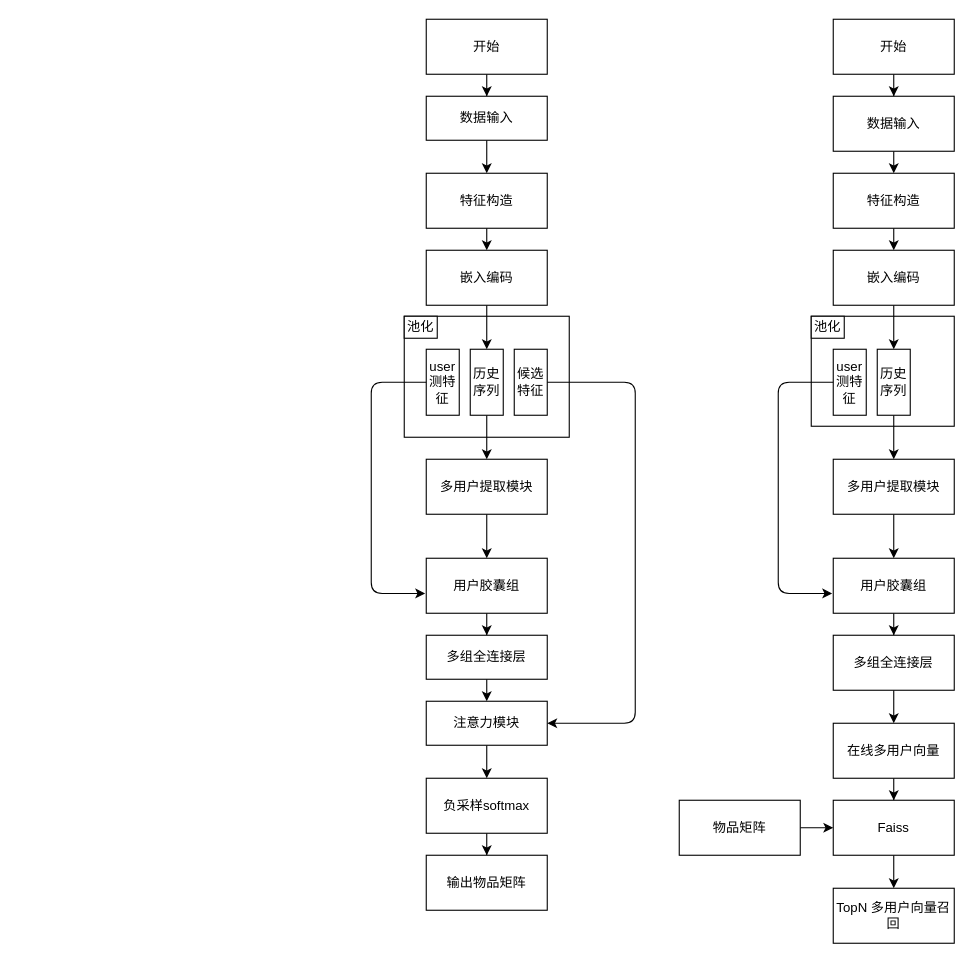
zkailinzhang/12306-I-have-got-the-train-ticket. keeps this draw.io diagram as Untitled Diagram.drawio. Above is the earlier version. Source tidied: cells renumbered, new cells numbered last; positions are measured from the earlier drawing's top-left corner, leaving out a move shared by most shapes. Both pictures are drawn from the tidied source at 110%, with x=0, y=0 at pixel (327, 19).
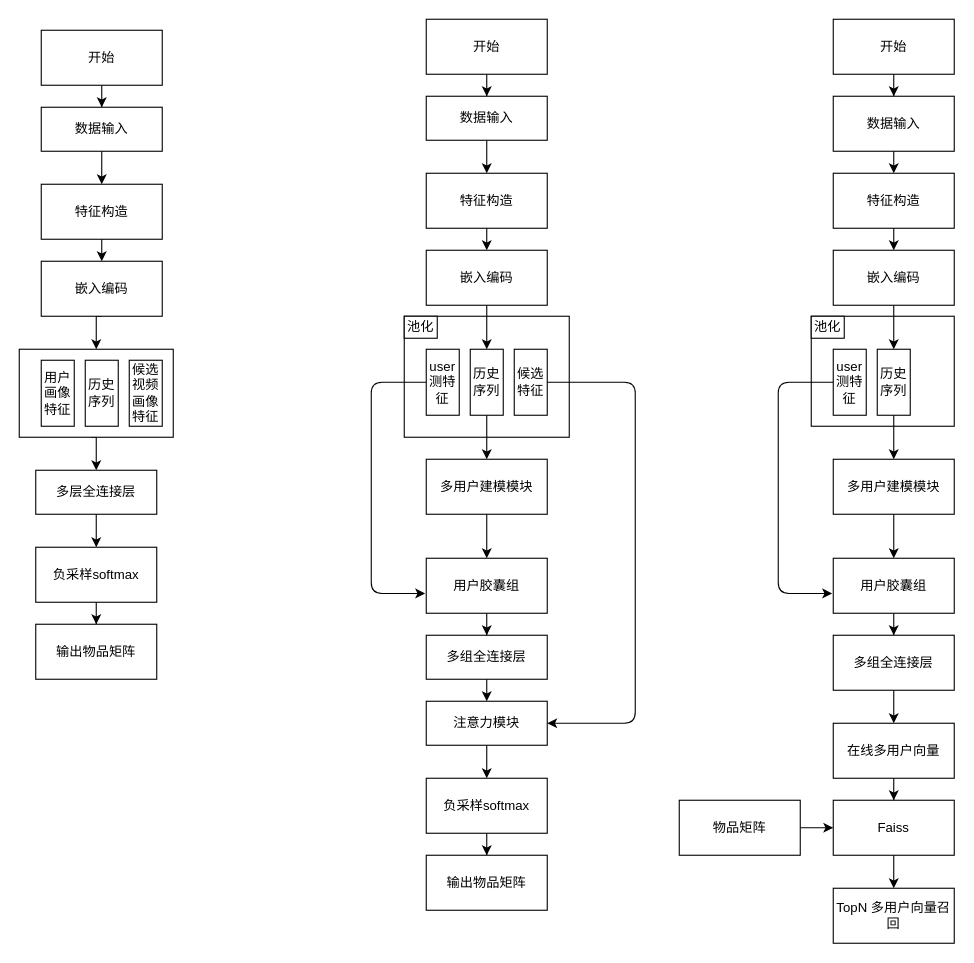
After the change.

Diff of the diagram source:
```diff
@@
-    <mxCell id="12" value="多用户提取模块" style="rounded=0;whiteSpace=wrap;html=1;" parent="1" vertex="1">
+    <mxCell id="12" value="多用户建模模块" style="rounded=0;whiteSpace=wrap;html=1;" parent="1" vertex="1">
       <mxGeometry x="90" y="400" width="110" height="50" as="geometry" />
     </mxCell>
@@
-    <mxCell id="39" value="多用户提取模块" style="rounded=0;whiteSpace=wrap;html=1;" parent="1" vertex="1">
+    <mxCell id="39" value="多用户建模模块" style="rounded=0;whiteSpace=wrap;html=1;" parent="1" vertex="1">
       <mxGeometry x="460" y="400" width="110" height="50" as="geometry" />
     </mxCell>
@@
+    <mxCell id="56" style="edgeStyle=orthogonalEdgeStyle;rounded=0;jettySize=auto;html=1;exitX=0.5;exitY=1;exitDx=0;exitDy=0;entryX=0.5;entryY=0;entryDx=0;entryDy=0;" parent="1" edge="1" target="67">
+      <mxGeometry relative="1" as="geometry">
+        <mxPoint x="-215" y="380" as="sourcePoint" />
+      </mxGeometry>
+    </mxCell>
+    <mxCell id="57" style="rounded=0;whiteSpace=wrap;html=1;" parent="1" vertex="1">
+      <mxGeometry x="-280" y="300" width="140" height="80" as="geometry" />
+    </mxCell>
+    <mxCell id="58" style="edgeStyle=orthogonalEdgeStyle;rounded=0;jettySize=auto;html=1;entryX=0.5;entryY=0;entryDx=0;entryDy=0;" parent="1" edge="1" source="59" target="61">
+      <mxGeometry relative="1" as="geometry" />
+    </mxCell>
+    <mxCell id="59" value="开始" style="rounded=0;whiteSpace=wrap;html=1;" parent="1" vertex="1">
+      <mxGeometry x="-260" y="10" width="110" height="50" as="geometry" />
+    </mxCell>
+    <mxCell id="60" style="edgeStyle=orthogonalEdgeStyle;rounded=0;jettySize=auto;html=1;entryX=0.5;entryY=0;entryDx=0;entryDy=0;" parent="1" edge="1" source="61" target="63">
+      <mxGeometry relative="1" as="geometry" />
+    </mxCell>
+    <mxCell id="61" value="数据输入" style="rounded=0;whiteSpace=wrap;html=1;" parent="1" vertex="1">
+      <mxGeometry x="-260" y="80" width="110" height="40" as="geometry" />
+    </mxCell>
+    <mxCell id="62" style="edgeStyle=orthogonalEdgeStyle;rounded=0;jettySize=auto;html=1;exitX=0.5;exitY=1;exitDx=0;exitDy=0;entryX=0.5;entryY=0;entryDx=0;entryDy=0;" parent="1" edge="1" source="63" target="65">
+      <mxGeometry relative="1" as="geometry" />
+    </mxCell>
+    <mxCell id="63" value="特征构造" style="rounded=0;whiteSpace=wrap;html=1;" parent="1" vertex="1">
+      <mxGeometry x="-260" y="150" width="110" height="50" as="geometry" />
+    </mxCell>
+    <mxCell id="64" style="edgeStyle=orthogonalEdgeStyle;rounded=0;jettySize=auto;html=1;exitX=0.5;exitY=1;exitDx=0;exitDy=0;entryX=0.5;entryY=0;entryDx=0;entryDy=0;" parent="1" edge="1" source="65" target="57">
+      <mxGeometry relative="1" as="geometry" />
+    </mxCell>
+    <mxCell id="65" value="嵌入编码" style="rounded=0;whiteSpace=wrap;html=1;" parent="1" vertex="1">
+      <mxGeometry x="-260" y="220" width="110" height="50" as="geometry" />
+    </mxCell>
+    <mxCell id="66" style="edgeStyle=orthogonalEdgeStyle;rounded=0;jettySize=auto;html=1;exitX=0.5;exitY=1;exitDx=0;exitDy=0;entryX=0.5;entryY=0;entryDx=0;entryDy=0;" parent="1" edge="1" source="67" target="69">
+      <mxGeometry relative="1" as="geometry" />
+    </mxCell>
+    <mxCell id="67" value="多层全连接层" style="rounded=0;whiteSpace=wrap;html=1;" parent="1" vertex="1">
+      <mxGeometry x="-265" y="410" width="110" height="40" as="geometry" />
+    </mxCell>
+    <mxCell id="68" style="edgeStyle=orthogonalEdgeStyle;rounded=0;jettySize=auto;html=1;" parent="1" edge="1" source="69" target="73">
+      <mxGeometry relative="1" as="geometry" />
+    </mxCell>
+    <mxCell id="69" value="负采样softmax" style="rounded=0;whiteSpace=wrap;html=1;" parent="1" vertex="1">
+      <mxGeometry x="-265" y="480" width="110" height="50" as="geometry" />
+    </mxCell>
+    <mxCell id="70" value="用户画像特征" style="rounded=0;whiteSpace=wrap;html=1;" parent="1" vertex="1">
+      <mxGeometry x="-260" y="310" width="30" height="60" as="geometry" />
+    </mxCell>
+    <mxCell id="71" value="历史序列" style="rounded=0;whiteSpace=wrap;html=1;" parent="1" vertex="1">
+      <mxGeometry x="-220" y="310" width="30" height="60" as="geometry" />
+    </mxCell>
+    <mxCell id="72" value="候选视频画像特征" style="rounded=0;whiteSpace=wrap;html=1;" parent="1" vertex="1">
+      <mxGeometry x="-180" y="310" width="30" height="60" as="geometry" />
+    </mxCell>
+    <mxCell id="73" value="输出物品矩阵" style="rounded=0;whiteSpace=wrap;html=1;" parent="1" vertex="1">
+      <mxGeometry x="-265" y="550" width="110" height="50" as="geometry" />
+    </mxCell>
```
